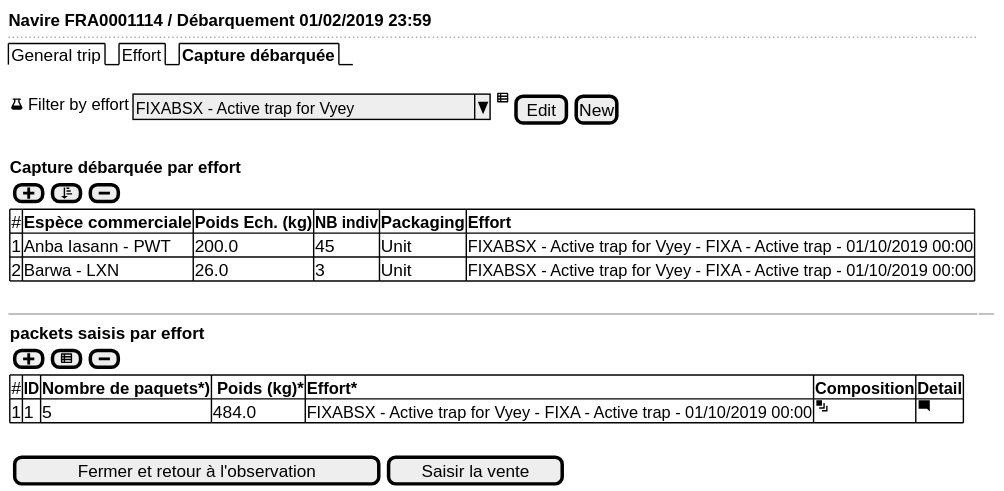
Before: use-case/collect/trip/landing-ui-samples.svg, a diagram exported from PlantUML (sumaris-net/sumaris-doc). Its source is kept beside it as use-case/collect/trip/landing-ui-samples.puml. Source of this version:
```plantuml
@startsalt
{
  <b>Navire FRA0001114 / Débarquement 01/02/2019 23:59
  ..
  {/ General trip | Effort | <b>Capture débarquée }
  .
  {<&beaker> Filter by effort | { ^FIXABSX - Active trap for Vyey^ } | <&spreadsheet> | [Edit] | [New]}
  .
  {
  <b>Capture débarquée par effort
  {[<&plus>]  | [<&sort-ascending>] | [<&minus>]}

  {#
  # | <b>Espèce commerciale         | <b>Poids Ech. (kg)   | <b>NB indiv | <b>Packaging | <b>Effort
  1 | Anba Iasann - PWT     | 200.0             | 45 | Unit | FIXABSX - Active trap for Vyey - FIXA - Active trap - 01/10/2019 00:00
  2 | Barwa - LXN     | 26.0             | 3 | Unit | FIXABSX - Active trap for Vyey - FIXA - Active trap - 01/10/2019 00:00
  }
  }
  .
  -- | --
  {
  <b>packets saisis par effort
  {[<&plus>]  | [<&spreadsheet>] | [<&minus>]}

  {#
  # | <b>ID | <b>Nombre de paquets*)   | <b> Poids (kg)* | <b>Effort* | <b>Composition | <b>Detail
  1 | 1     | 5             | 484.0 | FIXABSX - Active trap for Vyey - FIXA - Active trap - 01/10/2019 00:00 | <&layers> | <&comment-square>
  }
  }
  .
  {{[Fermer et retour à l'observation] | [Saisir la vente]}}
}
@endsalt
```
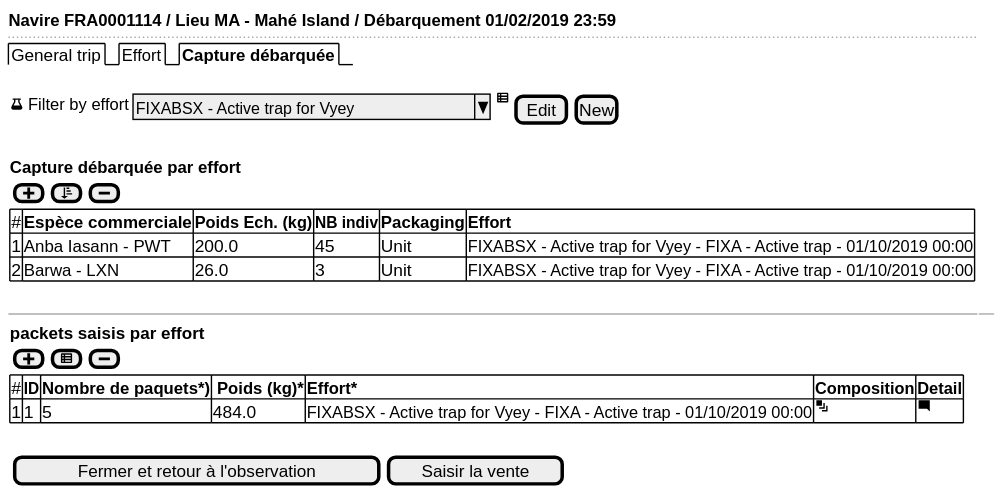
After the change.

The edit, as a diff of the source:
```diff
@@ -1,6 +1,6 @@
 @startsalt
 {
-  <b>Navire FRA0001114 / Débarquement 01/02/2019 23:59
+  <b>Navire FRA0001114 / Lieu MA - Mahé Island / Débarquement 01/02/2019 23:59
   ..
   {/ General trip | Effort | <b>Capture débarquée }
   .
```
